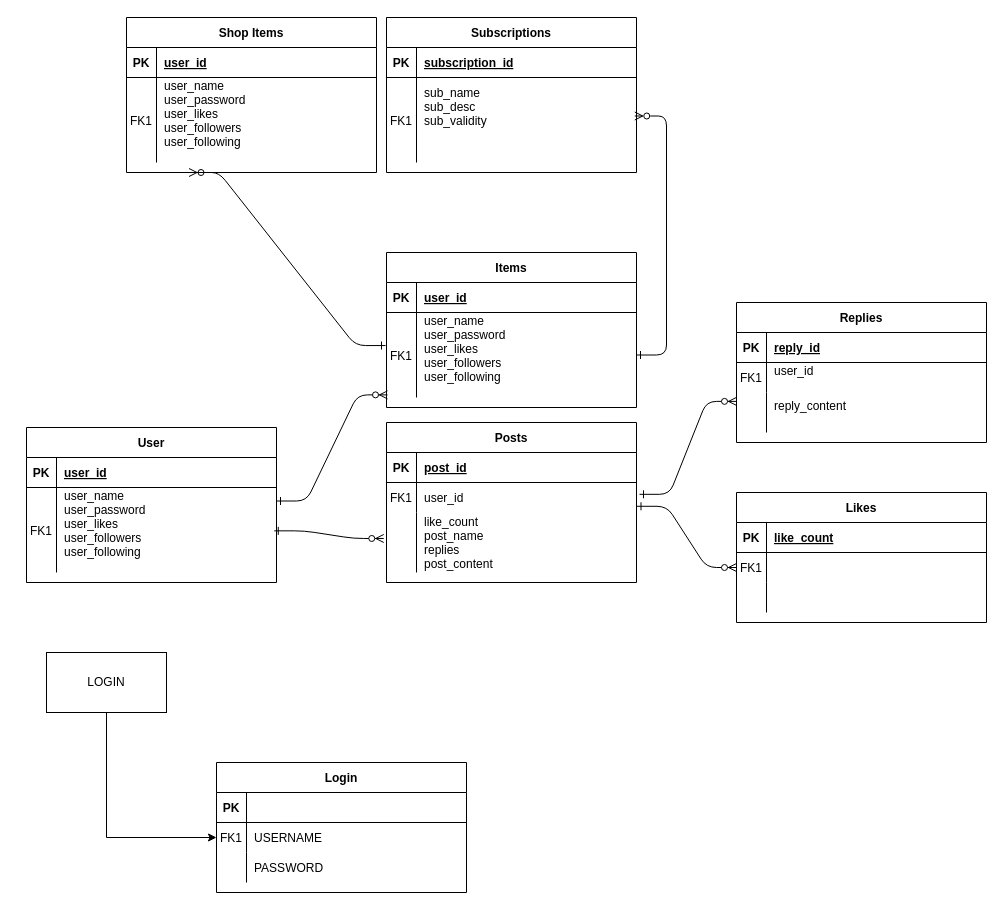
Above: whalenproj.drawio in staten-island-tech/supabase-kukud-syot (draw.io), before the change. Source tidied: cells renumbered, new cells numbered last; positions are measured from the earlier drawing's top-left corner, leaving out a move shared by most shapes. Both pictures are drawn from the tidied source at 100%, with x=0, y=0 at pixel (26, 17).
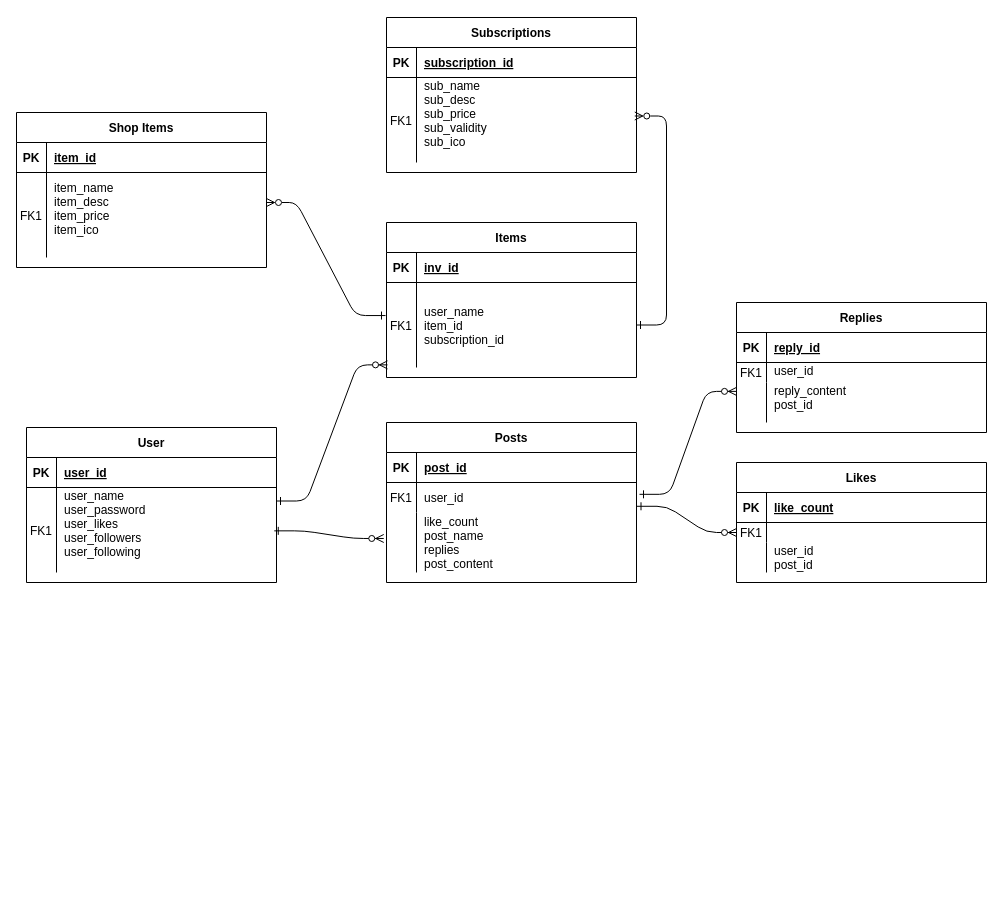
The same page after the edit.

Unchanged cells that the change refers to:
```xml
<mxCell id="56" style="shape=partialRectangle;fillColor=none;top=0;left=0;right=0;bottom=1;" parent="55" vertex="1">
  <mxGeometry y="30" width="250" height="30" as="geometry" />
</mxCell>
<mxCell id="59" style="shape=partialRectangle;fillColor=none;points=[[0,0.5],[1,0.5]];portConstraint=eastwest;top=0;left=0;right=0;bottom=0;" parent="55" vertex="1">
  <mxGeometry y="60" width="250" height="85" as="geometry" />
</mxCell>
<mxCell id="63" style="shape=partialRectangle;fillColor=none;top=0;left=0;right=0;bottom=1;" parent="62" vertex="1">
  <mxGeometry y="30" width="250" height="30" as="geometry" />
</mxCell>
<mxCell id="66" style="shape=partialRectangle;fillColor=none;top=0;left=0;right=0;bottom=0;" parent="62" vertex="1">
  <mxGeometry y="60" width="250" height="85" as="geometry" />
</mxCell>
<mxCell id="73" style="shape=partialRectangle;fillColor=none;points=[[0,0.5],[1,0.5]];portConstraint=eastwest;top=0;left=0;right=0;bottom=0;" parent="69" vertex="1">
  <mxGeometry y="60" width="250" height="85" as="geometry" />
</mxCell>
```

Diff of the diagram source:
```diff
@@
     <mxCell id="14" value="Likes" style="shape=table;startSize=30;childLayout=tableLayout;rowLines=0;fontStyle=1;align=center;" parent="1" vertex="1">
-      <mxGeometry x="710" y="475" width="250" height="130" as="geometry" />
+      <mxGeometry x="710" y="445" width="250" height="120" as="geometry" />
     </mxCell>
@@
     <mxCell id="18" style="shape=partialRectangle;fillColor=none;points=[[0,0.5],[1,0.5]];portConstraint=eastwest;top=0;left=0;right=0;bottom=0;" parent="14" vertex="1">
-      <mxGeometry y="60" width="250" height="30" as="geometry" />
+      <mxGeometry y="60" width="250" height="20" as="geometry" />
     </mxCell>
     <mxCell id="19" value="FK1" style="shape=partialRectangle;overflow=hidden;fillColor=none;top=0;left=0;bottom=0;right=0;" parent="18" vertex="1">
-      <mxGeometry width="30" height="30" as="geometry" />
+      <mxGeometry width="30" height="20" as="geometry" />
     </mxCell>
     <mxCell id="20" style="shape=partialRectangle;overflow=hidden;fillColor=none;top=0;left=0;bottom=0;right=0;align=left;spacingLeft=6;" parent="18" vertex="1">
-      <mxGeometry x="30" width="220" height="30" as="geometry" />
+      <mxGeometry x="30" width="220" height="20" as="geometry" />
     </mxCell>
     <mxCell id="21" style="shape=partialRectangle;fillColor=none;top=0;left=0;right=0;bottom=0;" parent="14" vertex="1">
-      <mxGeometry y="90" width="250" height="30" as="geometry" />
+      <mxGeometry y="80" width="250" height="30" as="geometry" />
     </mxCell>
@@
-    <mxCell id="23" style="shape=partialRectangle;overflow=hidden;fillColor=none;top=0;left=0;bottom=0;right=0;align=left;spacingLeft=6;" parent="21" vertex="1">
+    <mxCell id="23" value="user_id&#10;post_id" style="shape=partialRectangle;overflow=hidden;fillColor=none;top=0;left=0;bottom=0;right=0;align=left;spacingLeft=6;" parent="21" vertex="1">
       <mxGeometry x="30" width="220" height="30" as="geometry" />
     </mxCell>
@@
-    <mxCell id="31" value="Login" style="shape=table;startSize=30;childLayout=tableLayout;rowLines=0;fontStyle=1;align=center;" parent="1" vertex="1">
-      <mxGeometry x="190" y="745" width="250" height="130" as="geometry" />
-    </mxCell>
-    <mxCell id="32" style="shape=partialRectangle;fillColor=none;top=0;left=0;right=0;bottom=1;" parent="31" vertex="1">
-      <mxGeometry y="30" width="250" height="30" as="geometry" />
-    </mxCell>
-    <mxCell id="33" value="PK" style="shape=partialRectangle;overflow=hidden;fillColor=none;top=0;left=0;bottom=0;right=0;fontStyle=1;" parent="32" vertex="1">
-      <mxGeometry width="30" height="30" as="geometry" />
-    </mxCell>
-    <mxCell id="34" value=" " style="shape=partialRectangle;overflow=hidden;fillColor=none;top=0;left=0;bottom=0;right=0;align=left;spacingLeft=6;fontStyle=5;" parent="32" vertex="1">
-      <mxGeometry x="30" width="220" height="30" as="geometry" />
-    </mxCell>
-    <mxCell id="35" style="shape=partialRectangle;fillColor=none;points=[[0,0.5],[1,0.5]];portConstraint=eastwest;top=0;left=0;right=0;bottom=0;" parent="31" vertex="1">
-      <mxGeometry y="60" width="250" height="30" as="geometry" />
-    </mxCell>
-    <mxCell id="36" value="FK1" style="shape=partialRectangle;overflow=hidden;fillColor=none;top=0;left=0;bottom=0;right=0;" parent="35" vertex="1">
-      <mxGeometry width="30" height="30" as="geometry" />
-    </mxCell>
-    <mxCell id="37" value="USERNAME" style="shape=partialRectangle;overflow=hidden;fillColor=none;top=0;left=0;bottom=0;right=0;align=left;spacingLeft=6;" parent="35" vertex="1">
-      <mxGeometry x="30" width="220" height="30" as="geometry" />
-    </mxCell>
-    <mxCell id="38" style="shape=partialRectangle;fillColor=none;top=0;left=0;right=0;bottom=0;" parent="31" vertex="1">
-      <mxGeometry y="90" width="250" height="30" as="geometry" />
-    </mxCell>
-    <mxCell id="39" style="shape=partialRectangle;overflow=hidden;fillColor=none;top=0;left=0;bottom=0;right=0;" parent="38" vertex="1">
-      <mxGeometry width="30" height="30" as="geometry" />
-    </mxCell>
-    <mxCell id="40" value="PASSWORD" style="shape=partialRectangle;overflow=hidden;fillColor=none;top=0;left=0;bottom=0;right=0;align=left;spacingLeft=6;" parent="38" vertex="1">
-      <mxGeometry x="30" width="220" height="30" as="geometry" />
-    </mxCell>
-    <mxCell id="41" style="edgeStyle=orthogonalEdgeStyle;rounded=0;jettySize=auto;html=1;exitX=0.5;exitY=1;exitDx=0;exitDy=0;entryX=0;entryY=0.5;entryDx=0;entryDy=0;" parent="1" edge="1" source="42" target="35">
-      <mxGeometry relative="1" as="geometry" />
-    </mxCell>
-    <mxCell id="42" value="LOGIN" style="rounded=0;whiteSpace=wrap;html=1;" parent="1" vertex="1">
-      <mxGeometry x="20" y="635" width="120" height="60" as="geometry" />
-    </mxCell>
     <mxCell id="43" value="Replies" style="shape=table;startSize=30;childLayout=tableLayout;rowLines=0;fontStyle=1;align=center;" parent="1" vertex="1">
-      <mxGeometry x="710" y="285" width="250" height="140" as="geometry" />
+      <mxGeometry x="710" y="285" width="250" height="130" as="geometry" />
     </mxCell>
@@
     <mxCell id="47" style="shape=partialRectangle;fillColor=none;top=0;left=0;right=0;bottom=0;" parent="43" vertex="1">
-      <mxGeometry y="60" width="250" height="30" as="geometry" />
+      <mxGeometry y="60" width="250" height="20" as="geometry" />
     </mxCell>
     <mxCell id="48" value="FK1" style="shape=partialRectangle;overflow=hidden;fillColor=none;top=0;left=0;bottom=0;right=0;" parent="47" vertex="1">
-      <mxGeometry width="30" height="30" as="geometry" />
+      <mxGeometry width="30" height="20" as="geometry" />
     </mxCell>
     <mxCell id="49" value="user_id&#10;" style="shape=partialRectangle;overflow=hidden;fillColor=none;top=0;left=0;bottom=0;right=0;align=left;spacingLeft=6;" parent="47" vertex="1">
-      <mxGeometry x="30" width="220" height="30" as="geometry" />
+      <mxGeometry x="30" width="220" height="20" as="geometry" />
     </mxCell>
     <mxCell id="50" style="shape=partialRectangle;fillColor=none;points=[[0,0.5],[1,0.5]];portConstraint=eastwest;top=0;left=0;right=0;bottom=0;" parent="43" vertex="1">
-      <mxGeometry y="90" width="250" height="40" as="geometry" />
+      <mxGeometry y="80" width="250" height="40" as="geometry" />
     </mxCell>
@@
-    <mxCell id="52" value="reply_content&#10;" style="shape=partialRectangle;overflow=hidden;fillColor=none;top=0;left=0;bottom=0;right=0;align=left;spacingLeft=6;" parent="50" vertex="1">
+    <mxCell id="52" value="reply_content&#10;post_id&#10;" style="shape=partialRectangle;overflow=hidden;fillColor=none;top=0;left=0;bottom=0;right=0;align=left;spacingLeft=6;" parent="50" vertex="1">
       <mxGeometry x="30" width="220" height="40" as="geometry" />
     </mxCell>
@@
     <mxCell id="55" value="Items" style="shape=table;startSize=30;childLayout=tableLayout;rowLines=0;fontStyle=1;align=center;" parent="1" vertex="1">
-      <mxGeometry x="360" y="235" width="250" height="155" as="geometry" />
+      <mxGeometry x="360" y="205" width="250" height="155" as="geometry" />
     </mxCell>
@@
-    <mxCell id="58" value="user_id" style="shape=partialRectangle;overflow=hidden;fillColor=none;top=0;left=0;bottom=0;right=0;align=left;spacingLeft=6;fontStyle=5;" parent="56" vertex="1">
+    <mxCell id="58" value="inv_id" style="shape=partialRectangle;overflow=hidden;fillColor=none;top=0;left=0;bottom=0;right=0;align=left;spacingLeft=6;fontStyle=5;" parent="56" vertex="1">
       <mxGeometry x="30" width="220" height="30" as="geometry" />
     </mxCell>
@@
-    <mxCell id="61" value="user_name&#10;user_password&#10;user_likes&#10;user_followers&#10;user_following&#10;&#10;&#10;" style="shape=partialRectangle;overflow=hidden;fillColor=none;top=0;left=0;bottom=0;right=0;align=left;spacingLeft=6;" parent="59" vertex="1">
+    <mxCell id="61" value="user_name&#10;item_id&#10;subscription_id" style="shape=partialRectangle;overflow=hidden;fillColor=none;top=0;left=0;bottom=0;right=0;align=left;spacingLeft=6;" parent="59" vertex="1">
       <mxGeometry x="30" width="220" height="85" as="geometry" />
     </mxCell>
     <mxCell id="62" value="Shop Items" style="shape=table;startSize=30;childLayout=tableLayout;rowLines=0;fontStyle=1;align=center;" parent="1" vertex="1">
-      <mxGeometry x="100" width="250" height="155" as="geometry" />
+      <mxGeometry x="-10" y="95" width="250" height="155" as="geometry" />
     </mxCell>
@@
-    <mxCell id="65" value="user_id" style="shape=partialRectangle;overflow=hidden;fillColor=none;top=0;left=0;bottom=0;right=0;align=left;spacingLeft=6;fontStyle=5;" parent="63" vertex="1">
+    <mxCell id="65" value="item_id" style="shape=partialRectangle;overflow=hidden;fillColor=none;top=0;left=0;bottom=0;right=0;align=left;spacingLeft=6;fontStyle=5;" parent="63" vertex="1">
       <mxGeometry x="30" width="220" height="30" as="geometry" />
     </mxCell>
@@
-    <mxCell id="68" value="user_name&#10;user_password&#10;user_likes&#10;user_followers&#10;user_following&#10;&#10;&#10;" style="shape=partialRectangle;overflow=hidden;fillColor=none;top=0;left=0;bottom=0;right=0;align=left;spacingLeft=6;" parent="66" vertex="1">
+    <mxCell id="68" value="item_name&#10;item_desc&#10;item_price&#10;item_ico&#10;" style="shape=partialRectangle;overflow=hidden;fillColor=none;top=0;left=0;bottom=0;right=0;align=left;spacingLeft=6;" parent="66" vertex="1">
       <mxGeometry x="30" width="220" height="85" as="geometry" />
     </mxCell>
@@
-    <mxCell id="75" value="sub_name&#10;sub_desc&#10;sub_validity&#10;&#10;" style="shape=partialRectangle;overflow=hidden;fillColor=none;top=0;left=0;bottom=0;right=0;align=left;spacingLeft=6;" parent="73" vertex="1">
+    <mxCell id="75" value="sub_name&#10;sub_desc&#10;sub_price&#10;sub_validity&#10;sub_ico&#10;&#10;" style="shape=partialRectangle;overflow=hidden;fillColor=none;top=0;left=0;bottom=0;right=0;align=left;spacingLeft=6;" parent="73" vertex="1">
       <mxGeometry x="30" width="220" height="85" as="geometry" />
     </mxCell>
@@
-    <mxCell id="77" style="edgeStyle=entityRelationEdgeStyle;endArrow=ERone;startArrow=ERzeroToMany;endFill=0;startFill=0;entryX=-0.004;entryY=0.389;entryDx=0;entryDy=0;entryPerimeter=0;exitX=0.25;exitY=1;exitDx=0;exitDy=0;" parent="1" edge="1" source="62" target="59">
+    <mxCell id="77" style="edgeStyle=entityRelationEdgeStyle;endArrow=ERone;startArrow=ERzeroToMany;endFill=0;startFill=0;entryX=-0.004;entryY=0.389;entryDx=0;entryDy=0;entryPerimeter=0;" parent="1" edge="1" target="59">
       <mxGeometry relative="1" as="geometry">
+        <mxPoint x="240" y="185" as="sourcePoint" />
         <Array as="points">
+          <mxPoint x="190" y="265" />
+          <mxPoint x="180" y="265" />
+          <mxPoint x="230" y="140" />
+          <mxPoint x="193" y="155" />
           <mxPoint x="260" y="213" />
         </Array>
       </mxGeometry>
     </mxCell>
```
